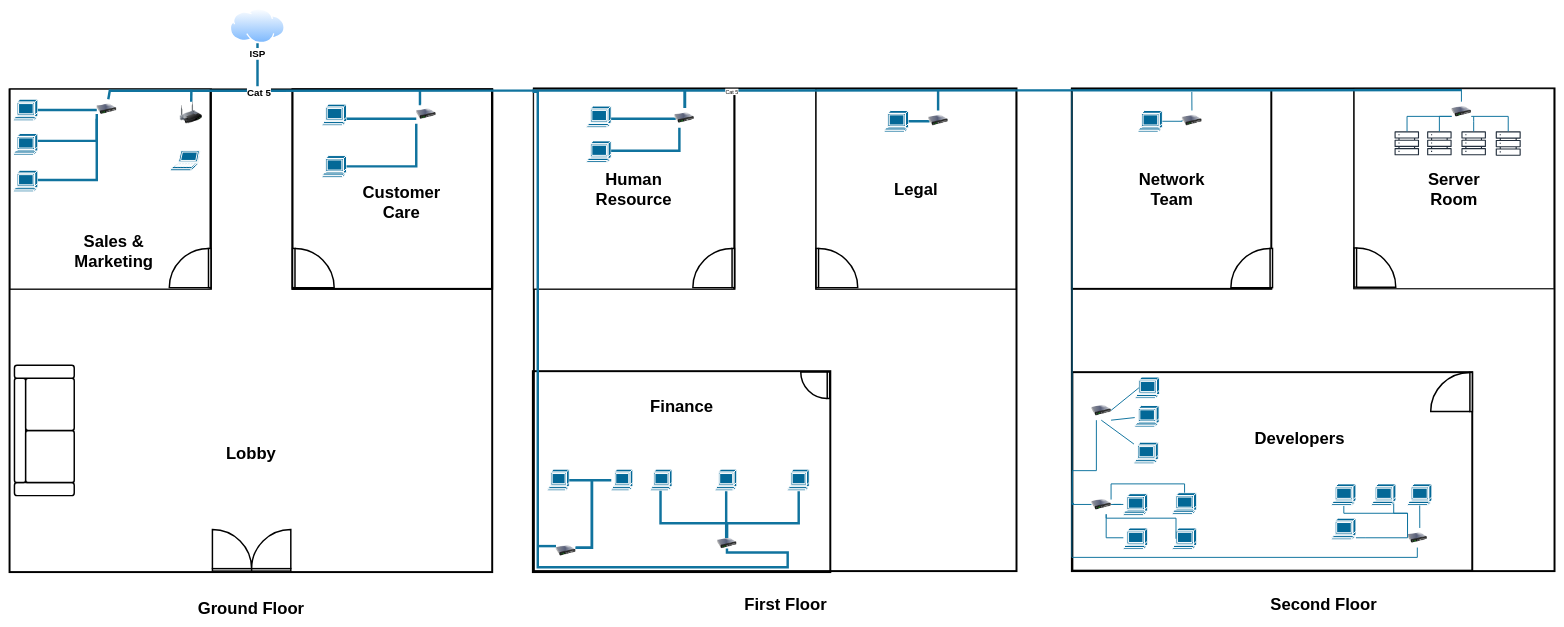
The draw.io diagram floorplan.drawio in mashihimasha/UPW_Diagrams, before the edit. Source tidied: cells renumbered, new cells numbered last; positions are measured from the earlier drawing's top-left corner, leaving out a move shared by most shapes. Both pictures are drawn from the tidied source at 49%, with x=0, y=0 at pixel (-21, 8).
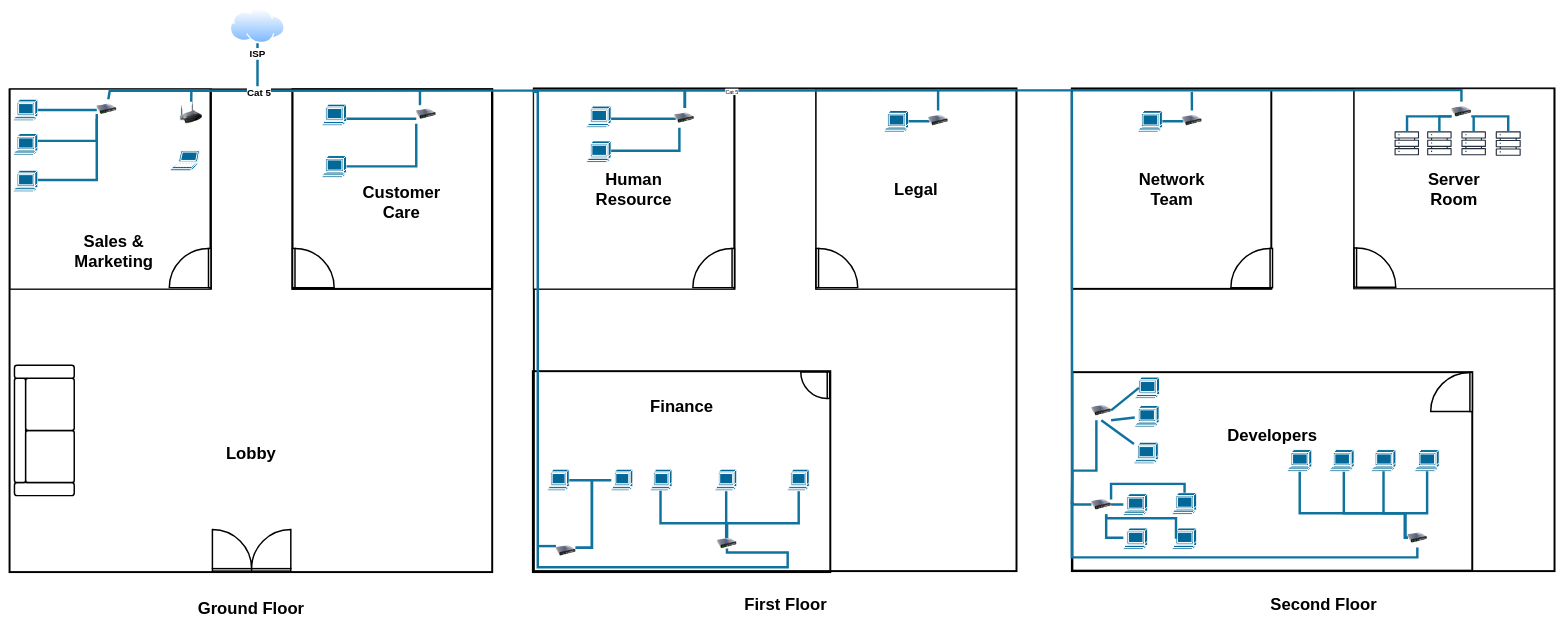
After the change.

Unchanged cells that the change refers to:
```xml
<mxCell id="70" style="group;strokeColor=default;strokeWidth=4;" parent="1" vertex="1">
  <mxGeometry x="2806" y="164" width="407.5" height="407" as="geometry" />
</mxCell>
<mxCell id="71" style="whiteSpace=wrap;html=1;" parent="70" vertex="1">
  <mxGeometry x="0.5" width="407" height="407" as="geometry" />
</mxCell>
<mxCell id="74" style="sketch=0;outlineConnect=0;fontColor=#232F3E;gradientColor=none;fillColor=#232F3D;strokeColor=none;dashed=0;verticalLabelPosition=bottom;verticalAlign=top;align=center;html=1;fontSize=12;fontStyle=0;shape=mxgraph.aws4.servers;" parent="70" vertex="1">
  <mxGeometry x="82.5" y="86" width="50" height="50" as="geometry" />
</mxCell>
<mxCell id="75" style="sketch=0;outlineConnect=0;fontColor=#232F3E;gradientColor=none;fillColor=#232F3D;strokeColor=none;dashed=0;verticalLabelPosition=bottom;verticalAlign=top;align=center;html=1;fontSize=12;fontStyle=0;shape=mxgraph.aws4.servers;" parent="70" vertex="1">
  <mxGeometry x="289" y="86" width="51" height="51" as="geometry" />
</mxCell>
<mxCell id="76" style="sketch=0;outlineConnect=0;fontColor=#232F3E;gradientColor=none;fillColor=#232F3D;strokeColor=none;dashed=0;verticalLabelPosition=bottom;verticalAlign=top;align=center;html=1;fontSize=12;fontStyle=0;shape=mxgraph.aws4.servers;" parent="70" vertex="1">
  <mxGeometry x="149" y="86" width="50" height="50" as="geometry" />
</mxCell>
<mxCell id="77" style="sketch=0;outlineConnect=0;fontColor=#232F3E;gradientColor=none;fillColor=#232F3D;strokeColor=none;dashed=0;verticalLabelPosition=bottom;verticalAlign=top;align=center;html=1;fontSize=12;fontStyle=0;shape=mxgraph.aws4.servers;" parent="70" vertex="1">
  <mxGeometry x="219" y="86" width="50" height="50" as="geometry" />
</mxCell>
<mxCell id="83" style="image;html=1;image=img/lib/clip_art/networking/Switch_128x128.png;" parent="70" vertex="1">
  <mxGeometry x="199" y="26" width="40" height="40" as="geometry" />
</mxCell>
<mxCell id="84" style="group;" parent="1" vertex="1">
  <mxGeometry x="2230" y="165" width="409.5" height="407" as="geometry" />
</mxCell>
<mxCell id="88" style="shape=mxgraph.cisco.computers_and_peripherals.terminal;html=1;dashed=0;fillColor=#036897;strokeColor=#ffffff;strokeWidth=2;verticalLabelPosition=bottom;verticalAlign=top;align=center;outlineConnect=0;" parent="84" vertex="1">
  <mxGeometry x="135" y="43" width="49.7" height="44" as="geometry" />
</mxCell>
<mxCell id="90" style="image;html=1;image=img/lib/clip_art/networking/Switch_128x128.png;" parent="84" vertex="1">
  <mxGeometry x="225" y="43" width="40" height="40" as="geometry" />
</mxCell>
<mxCell id="97" style="image;html=1;image=img/lib/clip_art/networking/Switch_128x128.png;" parent="1" vertex="1">
  <mxGeometry x="2915" y="1060" width="40" height="40" as="geometry" />
</mxCell>
<mxCell id="101" style="shape=mxgraph.cisco.computers_and_peripherals.terminal;html=1;dashed=0;fillColor=#036897;strokeColor=#ffffff;strokeWidth=2;verticalLabelPosition=bottom;verticalAlign=top;align=center;outlineConnect=0;" parent="1" vertex="1">
  <mxGeometry x="2435" y="1060" width="49.7" height="44" as="geometry" />
</mxCell>
<mxCell id="102" style="shape=mxgraph.cisco.computers_and_peripherals.terminal;html=1;dashed=0;fillColor=#036897;strokeColor=#ffffff;strokeWidth=2;verticalLabelPosition=bottom;verticalAlign=top;align=center;outlineConnect=0;" parent="1" vertex="1">
  <mxGeometry x="2335" y="1060" width="49.7" height="44" as="geometry" />
</mxCell>
<mxCell id="103" style="shape=mxgraph.cisco.computers_and_peripherals.terminal;html=1;dashed=0;fillColor=#036897;strokeColor=#ffffff;strokeWidth=2;verticalLabelPosition=bottom;verticalAlign=top;align=center;outlineConnect=0;" parent="1" vertex="1">
  <mxGeometry x="2335" y="990" width="49.7" height="44" as="geometry" />
</mxCell>
<mxCell id="104" style="shape=mxgraph.cisco.computers_and_peripherals.terminal;html=1;dashed=0;fillColor=#036897;strokeColor=#ffffff;strokeWidth=2;verticalLabelPosition=bottom;verticalAlign=top;align=center;outlineConnect=0;" parent="1" vertex="1">
  <mxGeometry x="2356.7" y="885" width="49.7" height="44" as="geometry" />
</mxCell>
<mxCell id="105" style="shape=mxgraph.cisco.computers_and_peripherals.terminal;html=1;dashed=0;fillColor=#036897;strokeColor=#ffffff;strokeWidth=2;verticalLabelPosition=bottom;verticalAlign=top;align=center;outlineConnect=0;" parent="1" vertex="1">
  <mxGeometry x="2435" y="988" width="49.7" height="44" as="geometry" />
</mxCell>
<mxCell id="106" style="shape=mxgraph.cisco.computers_and_peripherals.terminal;html=1;dashed=0;fillColor=#036897;strokeColor=#ffffff;strokeWidth=2;verticalLabelPosition=bottom;verticalAlign=top;align=center;outlineConnect=0;" parent="1" vertex="1">
  <mxGeometry x="2359.3" y="752" width="49.7" height="44" as="geometry" />
</mxCell>
<mxCell id="107" style="shape=mxgraph.cisco.computers_and_peripherals.terminal;html=1;dashed=0;fillColor=#036897;strokeColor=#ffffff;strokeWidth=2;verticalLabelPosition=bottom;verticalAlign=top;align=center;outlineConnect=0;" parent="1" vertex="1">
  <mxGeometry x="2358.3" y="810" width="49.7" height="44" as="geometry" />
</mxCell>
<mxCell id="111" style="image;html=1;image=img/lib/clip_art/networking/Switch_128x128.png;" parent="1" vertex="1">
  <mxGeometry x="2270" y="800" width="40" height="40" as="geometry" />
</mxCell>
<mxCell id="116" style="image;html=1;image=img/lib/clip_art/networking/Switch_128x128.png;" parent="1" vertex="1">
  <mxGeometry x="2270" y="992" width="40" height="40" as="geometry" />
</mxCell>
```

The edit, as a diff of the source:
```diff
@@
-    <mxCell id="78" style="edgeStyle=orthogonalEdgeStyle;rounded=0;jettySize=auto;html=1;exitX=0.5;exitY=0;exitDx=0;exitDy=0;endArrow=none;endFill=0;strokeWidth=2;fillColor=#b1ddf0;strokeColor=#10739e;" parent="70" edge="1" source="83" target="71">
+    <mxCell id="78" style="edgeStyle=orthogonalEdgeStyle;rounded=0;jettySize=auto;html=1;exitX=0.5;exitY=0;exitDx=0;exitDy=0;endArrow=none;endFill=0;strokeWidth=5;fillColor=#b1ddf0;strokeColor=#10739e;" parent="70" edge="1" source="83" target="71">
       <mxGeometry relative="1" as="geometry">
         <Array as="points">
           <mxPoint x="214" y="36" />
           <mxPoint x="214" y="36" />
         </Array>
       </mxGeometry>
     </mxCell>
-    <mxCell id="79" style="edgeStyle=orthogonalEdgeStyle;rounded=0;jettySize=auto;html=1;endArrow=none;endFill=0;strokeWidth=2;fillColor=#b1ddf0;strokeColor=#10739e;" parent="70" edge="1" source="83" target="74">
+    <mxCell id="79" style="edgeStyle=orthogonalEdgeStyle;rounded=0;jettySize=auto;html=1;endArrow=none;endFill=0;strokeWidth=5;fillColor=#b1ddf0;strokeColor=#10739e;" parent="70" edge="1" source="83" target="74">
       <mxGeometry relative="1" as="geometry">
         <Array as="points">
           <mxPoint x="108" y="56" />
         </Array>
       </mxGeometry>
     </mxCell>
-    <mxCell id="80" style="edgeStyle=orthogonalEdgeStyle;rounded=0;jettySize=auto;html=1;exitX=0;exitY=0.75;exitDx=0;exitDy=0;endArrow=none;endFill=0;strokeWidth=2;fillColor=#b1ddf0;strokeColor=#10739e;" parent="70" edge="1" source="83" target="76">
+    <mxCell id="80" style="edgeStyle=orthogonalEdgeStyle;rounded=0;jettySize=auto;html=1;exitX=0;exitY=0.75;exitDx=0;exitDy=0;endArrow=none;endFill=0;strokeWidth=5;fillColor=#b1ddf0;strokeColor=#10739e;" parent="70" edge="1" source="83" target="76">
       <mxGeometry relative="1" as="geometry" />
     </mxCell>
-    <mxCell id="81" style="edgeStyle=orthogonalEdgeStyle;rounded=0;jettySize=auto;html=1;endArrow=none;endFill=0;strokeWidth=2;fillColor=#b1ddf0;strokeColor=#10739e;" parent="70" edge="1" target="77">
+    <mxCell id="81" style="edgeStyle=orthogonalEdgeStyle;rounded=0;jettySize=auto;html=1;endArrow=none;endFill=0;strokeWidth=5;fillColor=#b1ddf0;strokeColor=#10739e;" parent="70" edge="1" target="77">
       <mxGeometry relative="1" as="geometry">
         <mxPoint x="244" y="56" as="sourcePoint" />
         <Array as="points">
           <mxPoint x="244" y="66" />
         </Array>
       </mxGeometry>
     </mxCell>
-    <mxCell id="82" style="edgeStyle=orthogonalEdgeStyle;rounded=0;jettySize=auto;html=1;exitX=1;exitY=0.75;exitDx=0;exitDy=0;endArrow=none;endFill=0;strokeWidth=2;fillColor=#b1ddf0;strokeColor=#10739e;" parent="70" edge="1" source="83" target="75">
+    <mxCell id="82" style="edgeStyle=orthogonalEdgeStyle;rounded=0;jettySize=auto;html=1;exitX=1;exitY=0.75;exitDx=0;exitDy=0;endArrow=none;endFill=0;strokeWidth=5;fillColor=#b1ddf0;strokeColor=#10739e;" parent="70" edge="1" source="83" target="75">
       <mxGeometry relative="1" as="geometry" />
     </mxCell>
@@
-    <mxCell id="89" style="edgeStyle=orthogonalEdgeStyle;rounded=0;jettySize=auto;html=1;exitX=0.5;exitY=0;exitDx=0;exitDy=0;strokeWidth=2;fillColor=#b1ddf0;strokeColor=#10739e;endArrow=none;endFill=0;" parent="84" edge="1" source="90">
+    <mxCell id="89" style="edgeStyle=orthogonalEdgeStyle;rounded=0;jettySize=auto;html=1;exitX=0.5;exitY=0;exitDx=0;exitDy=0;strokeWidth=5;fillColor=#b1ddf0;strokeColor=#10739e;endArrow=none;endFill=0;" parent="84" edge="1" source="90">
       <mxGeometry relative="1" as="geometry">
         <mxPoint x="244.8" y="5" as="targetPoint" />
       </mxGeometry>
     </mxCell>
@@
-    <mxCell id="91" style="edgeStyle=orthogonalEdgeStyle;rounded=0;jettySize=auto;html=1;exitX=0;exitY=0.5;exitDx=0;exitDy=0;entryX=1;entryY=0.5;entryDx=0;entryDy=0;entryPerimeter=0;strokeWidth=2;fillColor=#b1ddf0;strokeColor=#10739e;endArrow=none;endFill=0;" parent="84" edge="1" source="90" target="88">
+    <mxCell id="91" style="edgeStyle=orthogonalEdgeStyle;rounded=0;jettySize=auto;html=1;exitX=0;exitY=0.5;exitDx=0;exitDy=0;entryX=1;entryY=0.5;entryDx=0;entryDy=0;entryPerimeter=0;strokeWidth=5;fillColor=#b1ddf0;strokeColor=#10739e;endArrow=none;endFill=0;" parent="84" edge="1" source="90" target="88">
       <mxGeometry relative="1" as="geometry">
         <Array as="points">
           <mxPoint x="225" y="65" />
         </Array>
       </mxGeometry>
     </mxCell>
@@
     <mxCell id="93" value="&lt;font style=&quot;font-size: 34px;&quot;&gt;&lt;b&gt;Developers&lt;/b&gt;&lt;/font&gt;" style="text;html=1;align=center;verticalAlign=middle;whiteSpace=wrap;rounded=0;" parent="1" vertex="1">
-      <mxGeometry x="2630" y="862" width="130" height="30" as="geometry" />
+      <mxGeometry x="2574.1" y="855" width="130" height="30" as="geometry" />
     </mxCell>
     <mxCell id="94" style="shape=mxgraph.cisco.computers_and_peripherals.terminal;html=1;dashed=0;fillColor=#036897;strokeColor=#ffffff;strokeWidth=2;verticalLabelPosition=bottom;verticalAlign=top;align=center;outlineConnect=0;" parent="1" vertex="1">
-      <mxGeometry x="2841.6" y="970" width="49.7" height="44" as="geometry" />
+      <mxGeometry x="2841.6" y="900" width="49.7" height="44" as="geometry" />
     </mxCell>
-    <mxCell id="95" style="edgeStyle=orthogonalEdgeStyle;rounded=0;jettySize=auto;html=1;exitX=0;exitY=0.5;exitDx=0;exitDy=0;endArrow=none;endFill=0;fillColor=#b1ddf0;strokeColor=#10739e;strokeWidth=2;" parent="1" edge="1" source="97" target="99">
+    <mxCell id="95" style="edgeStyle=orthogonalEdgeStyle;rounded=0;jettySize=auto;html=1;endArrow=none;endFill=0;fillColor=#b1ddf0;strokeColor=#10739e;strokeWidth=5;" parent="1" edge="1" source="97" target="99">
       <mxGeometry relative="1" as="geometry">
         <Array as="points">
-          <mxPoint x="2830" y="1080" />
-          <mxPoint x="2830" y="1080" />
+          <mxPoint x="2910" y="1080" />
+          <mxPoint x="2910" y="1030" />
+          <mxPoint x="2695" y="1030" />
         </Array>
       </mxGeometry>
     </mxCell>
-    <mxCell id="96" style="edgeStyle=orthogonalEdgeStyle;rounded=0;jettySize=auto;html=1;exitX=0;exitY=0.25;exitDx=0;exitDy=0;endArrow=none;endFill=0;fillColor=#b1ddf0;strokeColor=#10739e;strokeWidth=2;" parent="1" edge="1" source="97" target="98">
+    <mxCell id="96" style="edgeStyle=orthogonalEdgeStyle;rounded=0;jettySize=auto;html=1;endArrow=none;endFill=0;fillColor=#b1ddf0;strokeColor=#10739e;strokeWidth=5;" parent="1" edge="1" source="97" target="98">
       <mxGeometry relative="1" as="geometry">
         <Array as="points">
-          <mxPoint x="2915" y="1030" />
+          <mxPoint x="2910" y="1080" />
+          <mxPoint x="2910" y="1030" />
           <mxPoint x="2785" y="1030" />
         </Array>
       </mxGeometry>
     </mxCell>
@@
     <mxCell id="98" style="shape=mxgraph.cisco.computers_and_peripherals.terminal;html=1;dashed=0;fillColor=#036897;strokeColor=#ffffff;strokeWidth=2;verticalLabelPosition=bottom;verticalAlign=top;align=center;outlineConnect=0;" parent="1" vertex="1">
-      <mxGeometry x="2760" y="970" width="49.7" height="44" as="geometry" />
+      <mxGeometry x="2756.3" y="900" width="49.7" height="44" as="geometry" />
     </mxCell>
     <mxCell id="99" style="shape=mxgraph.cisco.computers_and_peripherals.terminal;html=1;dashed=0;fillColor=#036897;strokeColor=#ffffff;strokeWidth=2;verticalLabelPosition=bottom;verticalAlign=top;align=center;outlineConnect=0;" parent="1" vertex="1">
-      <mxGeometry x="2760" y="1040" width="49.7" height="44" as="geometry" />
+      <mxGeometry x="2670" y="900" width="49.7" height="44" as="geometry" />
     </mxCell>
     <mxCell id="100" style="shape=mxgraph.cisco.computers_and_peripherals.terminal;html=1;dashed=0;fillColor=#036897;strokeColor=#ffffff;strokeWidth=2;verticalLabelPosition=bottom;verticalAlign=top;align=center;outlineConnect=0;" parent="1" vertex="1">
-      <mxGeometry x="2915" y="970" width="49.7" height="44" as="geometry" />
+      <mxGeometry x="2930" y="900" width="49.7" height="44" as="geometry" />
     </mxCell>
@@
-    <mxCell id="108" style="edgeStyle=orthogonalEdgeStyle;rounded=0;jettySize=auto;html=1;strokeWidth=2;endArrow=none;endFill=0;fillColor=#b1ddf0;strokeColor=#10739e;" parent="1" edge="1" source="111">
+    <mxCell id="108" style="edgeStyle=orthogonalEdgeStyle;rounded=0;jettySize=auto;html=1;strokeWidth=5;endArrow=none;endFill=0;fillColor=#b1ddf0;strokeColor=#10739e;" parent="1" edge="1" source="111">
       <mxGeometry relative="1" as="geometry">
         <mxPoint x="2230" y="1010" as="targetPoint" />
         <Array as="points">
           <mxPoint x="2280" y="943" />
           <mxPoint x="2231" y="943" />
           <mxPoint x="2231" y="1010" />
         </Array>
       </mxGeometry>
     </mxCell>
-    <mxCell id="109" style="rounded=0;jettySize=auto;html=1;exitX=1;exitY=1;exitDx=0;exitDy=0;endArrow=none;endFill=0;fillColor=#b1ddf0;strokeColor=#10739e;strokeWidth=2;" parent="1" edge="1" source="111" target="107">
+    <mxCell id="109" style="rounded=0;jettySize=auto;html=1;exitX=1;exitY=1;exitDx=0;exitDy=0;endArrow=none;endFill=0;fillColor=#b1ddf0;strokeColor=#10739e;strokeWidth=5;" parent="1" edge="1" source="111" target="107">
       <mxGeometry relative="1" as="geometry" />
     </mxCell>
-    <mxCell id="110" style="rounded=0;jettySize=auto;html=1;exitX=0.5;exitY=1;exitDx=0;exitDy=0;endArrow=none;endFill=0;fillColor=#b1ddf0;strokeColor=#10739e;strokeWidth=2;" parent="1" edge="1" source="111" target="104">
+    <mxCell id="110" style="rounded=0;jettySize=auto;html=1;exitX=0.5;exitY=1;exitDx=0;exitDy=0;endArrow=none;endFill=0;fillColor=#b1ddf0;strokeColor=#10739e;strokeWidth=5;" parent="1" edge="1" source="111" target="104">
       <mxGeometry relative="1" as="geometry" />
     </mxCell>
@@
-    <mxCell id="112" style="edgeStyle=orthogonalEdgeStyle;rounded=0;jettySize=auto;html=1;exitX=0;exitY=0.5;exitDx=0;exitDy=0;strokeWidth=2;endArrow=none;endFill=0;fillColor=#b1ddf0;strokeColor=#10739e;" parent="1" edge="1" source="116">
+    <mxCell id="112" style="edgeStyle=orthogonalEdgeStyle;rounded=0;jettySize=auto;html=1;exitX=0;exitY=0.5;exitDx=0;exitDy=0;strokeWidth=5;endArrow=none;endFill=0;fillColor=#b1ddf0;strokeColor=#10739e;" parent="1" edge="1" source="116">
       <mxGeometry relative="1" as="geometry">
         <mxPoint x="2230" y="170" as="targetPoint" />
       </mxGeometry>
     </mxCell>
-    <mxCell id="113" style="edgeStyle=orthogonalEdgeStyle;rounded=0;jettySize=auto;html=1;exitX=1;exitY=0.5;exitDx=0;exitDy=0;endArrow=none;endFill=0;strokeWidth=2;fillColor=#b1ddf0;strokeColor=#10739e;" parent="1" edge="1" source="116" target="103">
+    <mxCell id="113" style="edgeStyle=orthogonalEdgeStyle;rounded=0;jettySize=auto;html=1;exitX=1;exitY=0.5;exitDx=0;exitDy=0;endArrow=none;endFill=0;strokeWidth=5;fillColor=#b1ddf0;strokeColor=#10739e;" parent="1" edge="1" source="116" target="103">
       <mxGeometry relative="1" as="geometry" />
     </mxCell>
-    <mxCell id="114" style="rounded=0;jettySize=auto;html=1;endArrow=none;endFill=0;strokeWidth=2;fillColor=#b1ddf0;strokeColor=#10739e;edgeStyle=orthogonalEdgeStyle;" parent="1" edge="1" source="116" target="102">
+    <mxCell id="114" style="rounded=0;jettySize=auto;html=1;endArrow=none;endFill=0;strokeWidth=5;fillColor=#b1ddf0;strokeColor=#10739e;edgeStyle=orthogonalEdgeStyle;" parent="1" edge="1" source="116" target="102">
       <mxGeometry relative="1" as="geometry">
         <Array as="points">
           <mxPoint x="2300" y="1080" />
         </Array>
       </mxGeometry>
     </mxCell>
-    <mxCell id="115" style="rounded=0;jettySize=auto;html=1;exitX=1;exitY=0.25;exitDx=0;exitDy=0;endArrow=none;endFill=0;strokeWidth=2;fillColor=#b1ddf0;strokeColor=#10739e;edgeStyle=orthogonalEdgeStyle;" parent="1" edge="1" source="116" target="105">
+    <mxCell id="115" style="rounded=0;jettySize=auto;html=1;exitX=1;exitY=0.25;exitDx=0;exitDy=0;endArrow=none;endFill=0;strokeWidth=5;fillColor=#b1ddf0;strokeColor=#10739e;edgeStyle=orthogonalEdgeStyle;" parent="1" edge="1" source="116" target="105">
       <mxGeometry relative="1" as="geometry">
         <Array as="points">
           <mxPoint x="2310" y="970" />
           <mxPoint x="2460" y="970" />
         </Array>
       </mxGeometry>
     </mxCell>
@@
-    <mxCell id="122" style="edgeStyle=orthogonalEdgeStyle;rounded=0;jettySize=auto;html=1;exitX=0.5;exitY=1;exitDx=0;exitDy=0;strokeWidth=2;endArrow=none;endFill=0;fillColor=#b1ddf0;strokeColor=#10739e;" parent="1" edge="1" source="97">
+    <mxCell id="122" style="edgeStyle=orthogonalEdgeStyle;rounded=0;jettySize=auto;html=1;exitX=0.5;exitY=1;exitDx=0;exitDy=0;strokeWidth=5;endArrow=none;endFill=0;fillColor=#b1ddf0;strokeColor=#10739e;" parent="1" edge="1" source="97">
       <mxGeometry relative="1" as="geometry">
         <mxPoint x="2230" y="1010" as="targetPoint" />
         <Array as="points">
           <mxPoint x="2935" y="1120" />
           <mxPoint x="2230" y="1120" />
           <mxPoint x="2230" y="1010" />
           <mxPoint x="2234" y="1010" />
         </Array>
       </mxGeometry>
     </mxCell>
@@
-    <mxCell id="124" style="rounded=0;jettySize=auto;html=1;exitX=1;exitY=0.5;exitDx=0;exitDy=0;entryX=0.15;entryY=0.5;entryDx=0;entryDy=0;entryPerimeter=0;endArrow=none;endFill=0;fillColor=#b1ddf0;strokeColor=#10739e;strokeWidth=2;" parent="1" edge="1" source="111" target="106">
+    <mxCell id="124" style="rounded=0;jettySize=auto;html=1;exitX=1;exitY=0.5;exitDx=0;exitDy=0;entryX=0.15;entryY=0.5;entryDx=0;entryDy=0;entryPerimeter=0;endArrow=none;endFill=0;fillColor=#b1ddf0;strokeColor=#10739e;strokeWidth=5;" parent="1" edge="1" source="111" target="106">
       <mxGeometry relative="1" as="geometry" />
     </mxCell>
-    <mxCell id="125" style="rounded=0;jettySize=auto;html=1;exitX=0.75;exitY=1;exitDx=0;exitDy=0;entryX=0.15;entryY=0.5;entryDx=0;entryDy=0;entryPerimeter=0;endArrow=none;endFill=0;strokeWidth=2;fillColor=#b1ddf0;strokeColor=#10739e;edgeStyle=orthogonalEdgeStyle;" parent="1" edge="1" source="116" target="101">
+    <mxCell id="125" style="rounded=0;jettySize=auto;html=1;exitX=0.75;exitY=1;exitDx=0;exitDy=0;entryX=0.15;entryY=0.5;entryDx=0;entryDy=0;entryPerimeter=0;endArrow=none;endFill=0;strokeWidth=5;fillColor=#b1ddf0;strokeColor=#10739e;edgeStyle=orthogonalEdgeStyle;" parent="1" edge="1" source="116" target="101">
       <mxGeometry relative="1" as="geometry">
         <Array as="points">
           <mxPoint x="2300" y="1040" />
           <mxPoint x="2443" y="1040" />
         </Array>
       </mxGeometry>
     </mxCell>
-    <mxCell id="126" style="edgeStyle=orthogonalEdgeStyle;rounded=0;jettySize=auto;html=1;entryX=0.5;entryY=1;entryDx=0;entryDy=0;entryPerimeter=0;endArrow=none;endFill=0;fillColor=#b1ddf0;strokeColor=#10739e;strokeWidth=2;" parent="1" edge="1" target="100">
+    <mxCell id="126" style="edgeStyle=orthogonalEdgeStyle;rounded=0;jettySize=auto;html=1;endArrow=none;endFill=0;fillColor=#b1ddf0;strokeColor=#10739e;strokeWidth=5;" parent="1" edge="1" source="97" target="100">
       <mxGeometry relative="1" as="geometry">
-        <mxPoint x="2940" y="1060" as="sourcePoint" />
         <Array as="points">
-          <mxPoint x="2940" y="1060" />
+          <mxPoint x="2910" y="1080" />
+          <mxPoint x="2910" y="1030" />
+          <mxPoint x="2955" y="1030" />
         </Array>
       </mxGeometry>
     </mxCell>
-    <mxCell id="127" style="edgeStyle=orthogonalEdgeStyle;rounded=0;jettySize=auto;html=1;entryX=0.91;entryY=0.92;entryDx=0;entryDy=0;entryPerimeter=0;endArrow=none;endFill=0;fillColor=#b1ddf0;strokeColor=#10739e;strokeWidth=2;" parent="1" edge="1" target="94">
+    <mxCell id="127" style="edgeStyle=orthogonalEdgeStyle;rounded=0;jettySize=auto;html=1;endArrow=none;endFill=0;fillColor=#b1ddf0;strokeColor=#10739e;strokeWidth=5;" parent="1" edge="1" source="97">
       <mxGeometry relative="1" as="geometry">
-        <mxPoint x="2915" y="1080" as="sourcePoint" />
+        <mxPoint x="2866" y="944" as="targetPoint" />
         <Array as="points">
-          <mxPoint x="2915" y="1030" />
-          <mxPoint x="2887" y="1030" />
+          <mxPoint x="2910" y="1080" />
+          <mxPoint x="2910" y="1030" />
+          <mxPoint x="2866" y="1030" />
         </Array>
       </mxGeometry>
     </mxCell>
```
